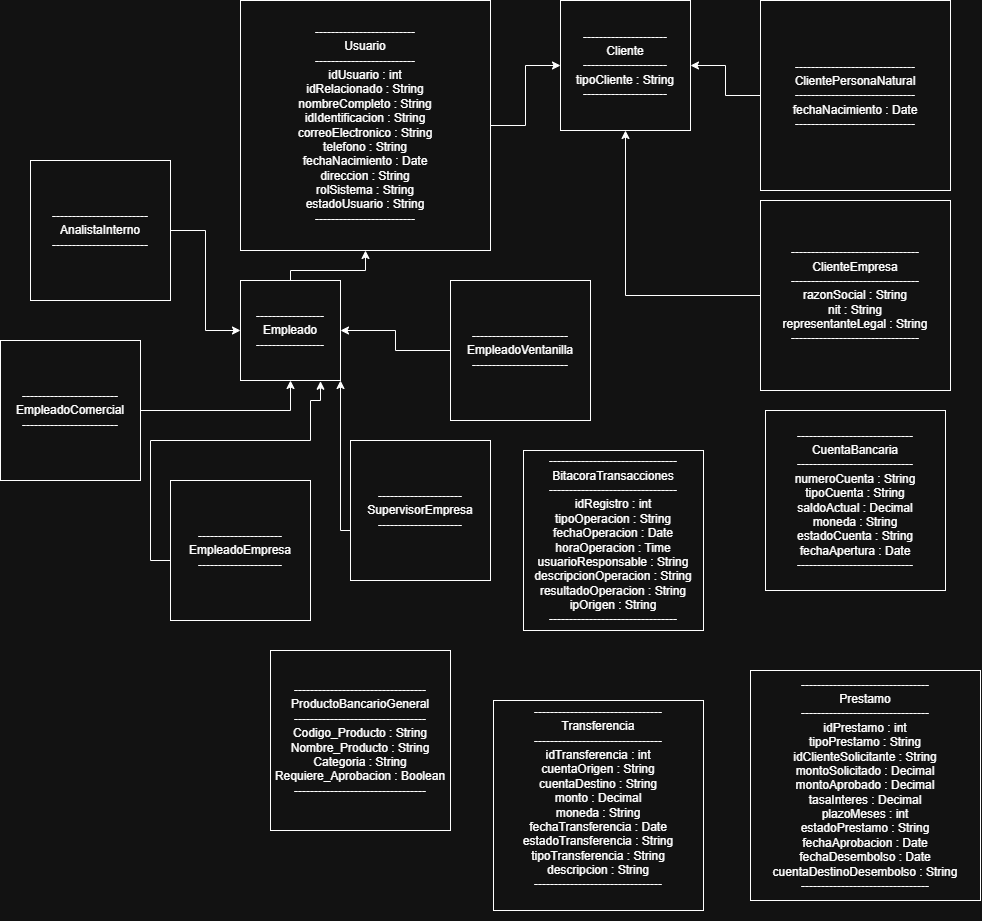
The draw.io diagram Clases Banco.drawio.png in Juan-Zapata31/Bank, before a commit. Source tidied: cells renumbered, new cells last; positions are measured from the earlier drawing's top-left corner, leaving out a move shared by most shapes. Source of this version:
```xml
<mxGraphModel>
  <root>
    <mxCell id="0" />
    <mxCell id="1" parent="0" />
    <mxCell id="2" style="edgeStyle=orthogonalEdgeStyle;rounded=0;jettySize=auto;html=1;entryX=0;entryY=0.5;entryDx=0;entryDy=0;" parent="1" edge="1" source="3" target="4">
      <mxGeometry relative="1" as="geometry" />
    </mxCell>
    <mxCell id="3" value="-------------------------&lt;br&gt;        Usuario&lt;br&gt;-------------------------&lt;br&gt;idUsuario : int&lt;br&gt;idRelacionado : String&lt;br&gt;nombreCompleto : String&lt;br&gt;idIdentificacion : String&lt;br&gt;correoElectronico : String&lt;br&gt;telefono : String&lt;br&gt;fechaNacimiento : Date&lt;br&gt;direccion : String&lt;br&gt;rolSistema : String&lt;br&gt;estadoUsuario : String&lt;br&gt;-------------------------" style="whiteSpace=wrap;html=1;" parent="1" vertex="1">
      <mxGeometry x="240" width="250" height="250" as="geometry" />
    </mxCell>
    <mxCell id="4" value="---------------------&lt;br&gt;      Cliente&lt;br&gt;---------------------&lt;br&gt;tipoCliente : String&lt;br&gt;---------------------" style="whiteSpace=wrap;html=1;" parent="1" vertex="1">
      <mxGeometry x="560" width="130" height="130" as="geometry" />
    </mxCell>
    <mxCell id="5" style="edgeStyle=orthogonalEdgeStyle;rounded=0;jettySize=auto;html=1;entryX=1;entryY=0.5;entryDx=0;entryDy=0;" parent="1" edge="1" source="6" target="4">
      <mxGeometry relative="1" as="geometry" />
    </mxCell>
    <mxCell id="6" value="------------------------------&lt;br&gt;   ClientePersonaNatural&lt;br&gt;------------------------------&lt;br&gt;fechaNacimiento : Date&lt;br&gt;------------------------------" style="whiteSpace=wrap;html=1;" parent="1" vertex="1">
      <mxGeometry x="760" width="190" height="190" as="geometry" />
    </mxCell>
    <mxCell id="7" style="edgeStyle=orthogonalEdgeStyle;rounded=0;jettySize=auto;html=1;entryX=0.5;entryY=1;entryDx=0;entryDy=0;" parent="1" edge="1" source="8" target="4">
      <mxGeometry relative="1" as="geometry" />
    </mxCell>
    <mxCell id="8" value="--------------------------------&lt;br&gt;        ClienteEmpresa&lt;br&gt;--------------------------------&lt;br&gt;razonSocial : String&lt;br&gt;nit : String&lt;br&gt;representanteLegal : String&lt;br&gt;--------------------------------" style="whiteSpace=wrap;html=1;" parent="1" vertex="1">
      <mxGeometry x="760" y="200" width="190" height="190" as="geometry" />
    </mxCell>
    <mxCell id="9" style="edgeStyle=orthogonalEdgeStyle;rounded=0;jettySize=auto;html=1;entryX=0.5;entryY=1;entryDx=0;entryDy=0;" parent="1" edge="1" source="10" target="3">
      <mxGeometry relative="1" as="geometry">
        <Array as="points">
          <mxPoint x="290" y="270" />
          <mxPoint x="365" y="270" />
        </Array>
      </mxGeometry>
    </mxCell>
    <mxCell id="10" value="-----------------&lt;br&gt;     Empleado&lt;br&gt;-----------------" style="whiteSpace=wrap;html=1;" parent="1" vertex="1">
      <mxGeometry x="240" y="280" width="100" height="100" as="geometry" />
    </mxCell>
    <mxCell id="11" style="edgeStyle=orthogonalEdgeStyle;rounded=0;jettySize=auto;html=1;entryX=1;entryY=0.5;entryDx=0;entryDy=0;" parent="1" edge="1" source="12" target="10">
      <mxGeometry relative="1" as="geometry" />
    </mxCell>
    <mxCell id="12" value="------------------------&lt;br&gt;   EmpleadoVentanilla&lt;br&gt;------------------------" style="whiteSpace=wrap;html=1;" parent="1" vertex="1">
      <mxGeometry x="450" y="280" width="140" height="140" as="geometry" />
    </mxCell>
    <mxCell id="13" style="edgeStyle=orthogonalEdgeStyle;rounded=0;jettySize=auto;html=1;entryX=0.5;entryY=1;entryDx=0;entryDy=0;" parent="1" edge="1" source="14" target="10">
      <mxGeometry relative="1" as="geometry" />
    </mxCell>
    <mxCell id="14" value="------------------------&lt;br&gt;   EmpleadoComercial&lt;br&gt;------------------------" style="whiteSpace=wrap;html=1;" parent="1" vertex="1">
      <mxGeometry y="340" width="140" height="140" as="geometry" />
    </mxCell>
    <mxCell id="15" style="edgeStyle=orthogonalEdgeStyle;rounded=0;jettySize=auto;html=1;entryX=0;entryY=0.5;entryDx=0;entryDy=0;" parent="1" edge="1" source="16" target="10">
      <mxGeometry relative="1" as="geometry" />
    </mxCell>
    <mxCell id="16" value="------------------------&lt;br&gt;     AnalistaInterno&lt;br&gt;------------------------" style="whiteSpace=wrap;html=1;" parent="1" vertex="1">
      <mxGeometry x="30" y="160" width="140" height="140" as="geometry" />
    </mxCell>
    <mxCell id="17" value="-----------------------------&lt;br&gt;        CuentaBancaria&lt;br&gt;-----------------------------&lt;br&gt;numeroCuenta : String&lt;br&gt;tipoCuenta : String&lt;br&gt;saldoActual : Decimal&lt;br&gt;moneda : String&lt;br&gt;estadoCuenta : String&lt;br&gt;fechaApertura : Date&lt;br&gt;-----------------------------" style="whiteSpace=wrap;html=1;" parent="1" vertex="1">
      <mxGeometry x="765" y="410" width="180" height="180" as="geometry" />
    </mxCell>
    <mxCell id="18" value="--------------------------------&lt;br&gt;            Prestamo&lt;br&gt;--------------------------------&lt;br&gt;idPrestamo : int&lt;br&gt;tipoPrestamo : String&lt;br&gt;idClienteSolicitante : String&lt;br&gt;montoSolicitado : Decimal&lt;br&gt;montoAprobado : Decimal&lt;br&gt;tasaInteres : Decimal&lt;br&gt;plazoMeses : int&lt;br&gt;estadoPrestamo : String&lt;br&gt;fechaAprobacion : Date&lt;br&gt;fechaDesembolso : Date&lt;br&gt;cuentaDestinoDesembolso : String&lt;br&gt;--------------------------------" style="whiteSpace=wrap;html=1;" parent="1" vertex="1">
      <mxGeometry x="750" y="670" width="230" height="230" as="geometry" />
    </mxCell>
    <mxCell id="19" value="&#10;&lt;span&gt;--------------------------------&lt;/span&gt;&lt;br&gt;&lt;span&gt;          Transferencia&lt;/span&gt;&lt;br&gt;&lt;span&gt;--------------------------------&lt;/span&gt;&lt;br&gt;&lt;span&gt;idTransferencia : int&lt;/span&gt;&lt;br&gt;&lt;span&gt;cuentaOrigen : String&lt;/span&gt;&lt;br&gt;&lt;span&gt;cuentaDestino : String&lt;/span&gt;&lt;br&gt;&lt;span&gt;monto : Decimal&lt;/span&gt;&lt;br&gt;&lt;span&gt;moneda : String&lt;/span&gt;&lt;br&gt;&lt;span&gt;fechaTransferencia : Date&lt;/span&gt;&lt;br&gt;&lt;span&gt;estadoTransferencia : String&lt;/span&gt;&lt;br&gt;&lt;span&gt;tipoTransferencia : String&lt;/span&gt;&lt;br&gt;&lt;span&gt;descripcion : String&lt;/span&gt;&lt;br&gt;&lt;span&gt;--------------------------------&lt;/span&gt;&#10;&#10;" style="whiteSpace=wrap;html=1;" parent="1" vertex="1">
      <mxGeometry x="493" y="700" width="210" height="210" as="geometry" />
    </mxCell>
    <mxCell id="20" value="--------------------------------&lt;br&gt;      BitacoraTransacciones&lt;br&gt;--------------------------------&lt;br&gt;idRegistro : int&lt;br&gt;tipoOperacion : String&lt;br&gt;fechaOperacion : Date&lt;br&gt;horaOperacion : Time&lt;br&gt;usuarioResponsable : String&lt;br&gt;descripcionOperacion : String&lt;br&gt;resultadoOperacion : String&lt;br&gt;ipOrigen : String&lt;br&gt;--------------------------------" style="whiteSpace=wrap;html=1;" parent="1" vertex="1">
      <mxGeometry x="523" y="450" width="180" height="180" as="geometry" />
    </mxCell>
    <mxCell id="21" style="edgeStyle=orthogonalEdgeStyle;rounded=0;jettySize=auto;html=1;entryX=0.81;entryY=1.008;entryDx=0;entryDy=0;entryPerimeter=0;" parent="1" edge="1" target="10">
      <mxGeometry relative="1" as="geometry">
        <mxPoint x="170" y="600" as="sourcePoint" />
        <Array as="points">
          <mxPoint x="170" y="560" />
          <mxPoint x="150" y="560" />
          <mxPoint x="150" y="440" />
          <mxPoint x="310" y="440" />
          <mxPoint x="310" y="400" />
          <mxPoint x="320" y="400" />
          <mxPoint x="320" y="381" />
        </Array>
      </mxGeometry>
    </mxCell>
    <mxCell id="22" value="---------------------&lt;br&gt;   EmpleadoEmpresa&lt;br&gt;---------------------" style="whiteSpace=wrap;html=1;" parent="1" vertex="1">
      <mxGeometry x="170" y="480" width="140" height="140" as="geometry" />
    </mxCell>
    <mxCell id="23" style="edgeStyle=orthogonalEdgeStyle;rounded=0;jettySize=auto;html=1;entryX=1;entryY=1;entryDx=0;entryDy=0;" parent="1" edge="1" source="24" target="10">
      <mxGeometry relative="1" as="geometry">
        <Array as="points">
          <mxPoint x="340" y="530" />
        </Array>
      </mxGeometry>
    </mxCell>
    <mxCell id="24" value="---------------------&lt;br&gt;   SupervisorEmpresa&lt;br&gt;---------------------" style="whiteSpace=wrap;html=1;" parent="1" vertex="1">
      <mxGeometry x="350" y="440" width="140" height="140" as="geometry" />
    </mxCell>
    <mxCell id="25" value="---------------------------------&lt;br&gt;      ProductoBancarioGeneral&lt;br&gt;---------------------------------&lt;br&gt;Codigo_Producto : String&lt;br&gt;Nombre_Producto : String&lt;br&gt;Categoria : String&lt;br&gt;Requiere_Aprobacion : Boolean&lt;br&gt;---------------------------------" style="whiteSpace=wrap;html=1;" parent="1" vertex="1">
      <mxGeometry x="270" y="650" width="180" height="180" as="geometry" />
    </mxCell>
  </root>
</mxGraphModel>
```
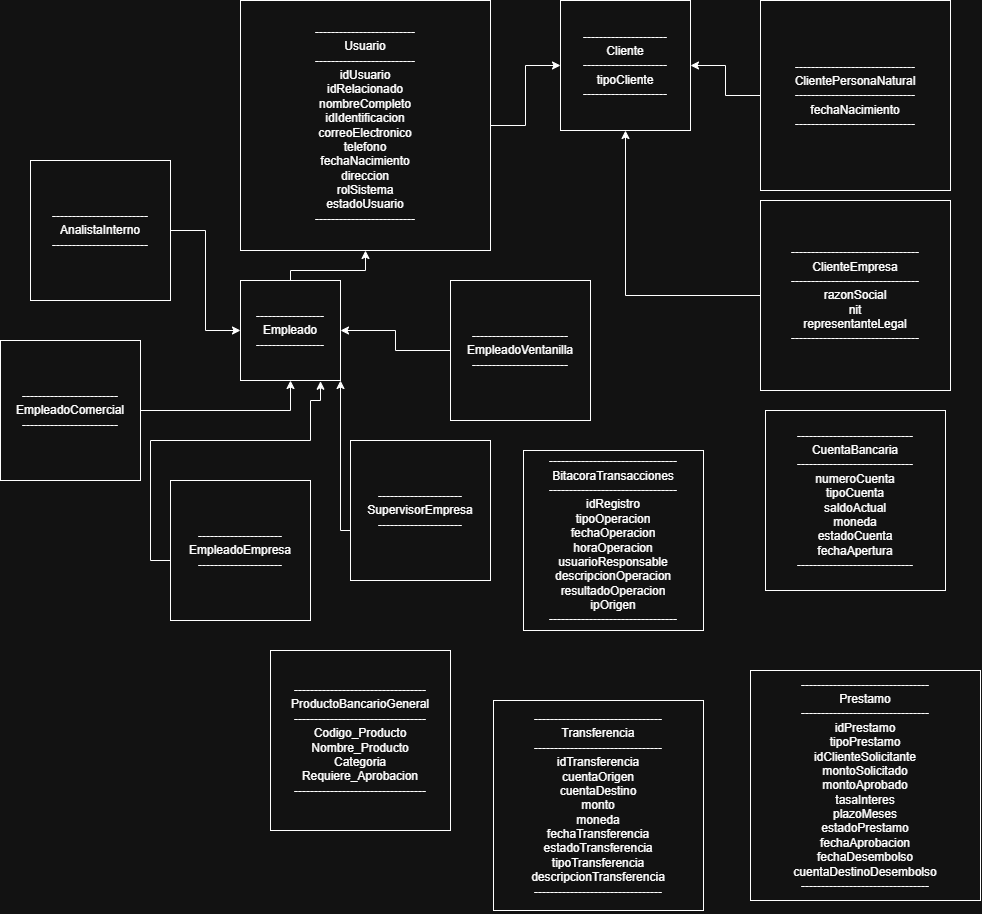
After the change.

Diff of the diagram source:
```diff
@@ -5,22 +5,22 @@
     <mxCell id="2" style="edgeStyle=orthogonalEdgeStyle;rounded=0;jettySize=auto;html=1;entryX=0;entryY=0.5;entryDx=0;entryDy=0;" parent="1" edge="1" source="3" target="4">
       <mxGeometry relative="1" as="geometry" />
     </mxCell>
-    <mxCell id="3" value="-------------------------&lt;br&gt;        Usuario&lt;br&gt;-------------------------&lt;br&gt;idUsuario : int&lt;br&gt;idRelacionado : String&lt;br&gt;nombreCompleto : String&lt;br&gt;idIdentificacion : String&lt;br&gt;correoElectronico : String&lt;br&gt;telefono : String&lt;br&gt;fechaNacimiento : Date&lt;br&gt;direccion : String&lt;br&gt;rolSistema : String&lt;br&gt;estadoUsuario : String&lt;br&gt;-------------------------" style="whiteSpace=wrap;html=1;" parent="1" vertex="1">
+    <mxCell id="3" value="-------------------------&lt;br&gt;        Usuario&lt;br&gt;-------------------------&lt;br&gt;idUsuario&lt;br&gt;idRelacionado&lt;br&gt;nombreCompleto&lt;div&gt;idIdentificacion&lt;/div&gt;&lt;div&gt;correoElectronico&lt;br&gt;telefono&lt;br&gt;fechaNacimiento&lt;br&gt;direccion&lt;br&gt;rolSistema&lt;br&gt;estadoUsuario&lt;br&gt;-------------------------&lt;/div&gt;" style="whiteSpace=wrap;html=1;" parent="1" vertex="1">
       <mxGeometry x="240" width="250" height="250" as="geometry" />
     </mxCell>
-    <mxCell id="4" value="---------------------&lt;br&gt;      Cliente&lt;br&gt;---------------------&lt;br&gt;tipoCliente : String&lt;br&gt;---------------------" style="whiteSpace=wrap;html=1;" parent="1" vertex="1">
+    <mxCell id="4" value="---------------------&lt;br&gt;      Cliente&lt;br&gt;---------------------&lt;br&gt;tipoCliente&lt;br&gt;---------------------" style="whiteSpace=wrap;html=1;" parent="1" vertex="1">
       <mxGeometry x="560" width="130" height="130" as="geometry" />
     </mxCell>
     <mxCell id="5" style="edgeStyle=orthogonalEdgeStyle;rounded=0;jettySize=auto;html=1;entryX=1;entryY=0.5;entryDx=0;entryDy=0;" parent="1" edge="1" source="6" target="4">
       <mxGeometry relative="1" as="geometry" />
     </mxCell>
-    <mxCell id="6" value="------------------------------&lt;br&gt;   ClientePersonaNatural&lt;br&gt;------------------------------&lt;br&gt;fechaNacimiento : Date&lt;br&gt;------------------------------" style="whiteSpace=wrap;html=1;" parent="1" vertex="1">
+    <mxCell id="6" value="------------------------------&lt;br&gt;   ClientePersonaNatural&lt;br&gt;------------------------------&lt;br&gt;fechaNacimiento&lt;br&gt;------------------------------" style="whiteSpace=wrap;html=1;" parent="1" vertex="1">
       <mxGeometry x="760" width="190" height="190" as="geometry" />
     </mxCell>
     <mxCell id="7" style="edgeStyle=orthogonalEdgeStyle;rounded=0;jettySize=auto;html=1;entryX=0.5;entryY=1;entryDx=0;entryDy=0;" parent="1" edge="1" source="8" target="4">
       <mxGeometry relative="1" as="geometry" />
     </mxCell>
-    <mxCell id="8" value="--------------------------------&lt;br&gt;        ClienteEmpresa&lt;br&gt;--------------------------------&lt;br&gt;razonSocial : String&lt;br&gt;nit : String&lt;br&gt;representanteLegal : String&lt;br&gt;--------------------------------" style="whiteSpace=wrap;html=1;" parent="1" vertex="1">
+    <mxCell id="8" value="--------------------------------&lt;br&gt;        ClienteEmpresa&lt;br&gt;--------------------------------&lt;br&gt;razonSocial&lt;div&gt;nit&lt;br&gt;representanteLegal&lt;br&gt;--------------------------------&lt;/div&gt;" style="whiteSpace=wrap;html=1;" parent="1" vertex="1">
       <mxGeometry x="760" y="200" width="190" height="190" as="geometry" />
     </mxCell>
     <mxCell id="9" style="edgeStyle=orthogonalEdgeStyle;rounded=0;jettySize=auto;html=1;entryX=0.5;entryY=1;entryDx=0;entryDy=0;" parent="1" edge="1" source="10" target="3">
@@ -52,16 +52,16 @@
     <mxCell id="16" value="------------------------&lt;br&gt;     AnalistaInterno&lt;br&gt;------------------------" style="whiteSpace=wrap;html=1;" parent="1" vertex="1">
       <mxGeometry x="30" y="160" width="140" height="140" as="geometry" />
     </mxCell>
-    <mxCell id="17" value="-----------------------------&lt;br&gt;        CuentaBancaria&lt;br&gt;-----------------------------&lt;br&gt;numeroCuenta : String&lt;br&gt;tipoCuenta : String&lt;br&gt;saldoActual : Decimal&lt;br&gt;moneda : String&lt;br&gt;estadoCuenta : String&lt;br&gt;fechaApertura : Date&lt;br&gt;-----------------------------" style="whiteSpace=wrap;html=1;" parent="1" vertex="1">
+    <mxCell id="17" value="-----------------------------&lt;br&gt;        CuentaBancaria&lt;br&gt;-----------------------------&lt;br&gt;numeroCuenta&lt;br&gt;tipoCuenta&lt;br&gt;saldoActual&lt;br&gt;moneda&lt;br&gt;estadoCuenta&lt;br&gt;fechaApertura&lt;br&gt;-----------------------------" style="whiteSpace=wrap;html=1;" parent="1" vertex="1">
       <mxGeometry x="765" y="410" width="180" height="180" as="geometry" />
     </mxCell>
-    <mxCell id="18" value="--------------------------------&lt;br&gt;            Prestamo&lt;br&gt;--------------------------------&lt;br&gt;idPrestamo : int&lt;br&gt;tipoPrestamo : String&lt;br&gt;idClienteSolicitante : String&lt;br&gt;montoSolicitado : Decimal&lt;br&gt;montoAprobado : Decimal&lt;br&gt;tasaInteres : Decimal&lt;br&gt;plazoMeses : int&lt;br&gt;estadoPrestamo : String&lt;br&gt;fechaAprobacion : Date&lt;br&gt;fechaDesembolso : Date&lt;br&gt;cuentaDestinoDesembolso : String&lt;br&gt;--------------------------------" style="whiteSpace=wrap;html=1;" parent="1" vertex="1">
+    <mxCell id="18" value="--------------------------------&lt;br&gt;            Prestamo&lt;br&gt;--------------------------------&lt;br&gt;idPrestamo&lt;br&gt;tipoPrestamo&lt;br&gt;idClienteSolicitante&lt;br&gt;montoSolicitado&lt;br&gt;montoAprobado&lt;br&gt;tasaInteres&lt;br&gt;plazoMeses&lt;br&gt;estadoPrestamo&lt;br&gt;fechaAprobacion&lt;br&gt;fechaDesembolso&lt;br&gt;cuentaDestinoDesembolso&lt;br&gt;--------------------------------" style="whiteSpace=wrap;html=1;" parent="1" vertex="1">
       <mxGeometry x="750" y="670" width="230" height="230" as="geometry" />
     </mxCell>
-    <mxCell id="19" value="&#10;&lt;span&gt;--------------------------------&lt;/span&gt;&lt;br&gt;&lt;span&gt;          Transferencia&lt;/span&gt;&lt;br&gt;&lt;span&gt;--------------------------------&lt;/span&gt;&lt;br&gt;&lt;span&gt;idTransferencia : int&lt;/span&gt;&lt;br&gt;&lt;span&gt;cuentaOrigen : String&lt;/span&gt;&lt;br&gt;&lt;span&gt;cuentaDestino : String&lt;/span&gt;&lt;br&gt;&lt;span&gt;monto : Decimal&lt;/span&gt;&lt;br&gt;&lt;span&gt;moneda : String&lt;/span&gt;&lt;br&gt;&lt;span&gt;fechaTransferencia : Date&lt;/span&gt;&lt;br&gt;&lt;span&gt;estadoTransferencia : String&lt;/span&gt;&lt;br&gt;&lt;span&gt;tipoTransferencia : String&lt;/span&gt;&lt;br&gt;&lt;span&gt;descripcion : String&lt;/span&gt;&lt;br&gt;&lt;span&gt;--------------------------------&lt;/span&gt;&#10;&#10;" style="whiteSpace=wrap;html=1;" parent="1" vertex="1">
+    <mxCell id="19" value="&lt;br&gt;&lt;span&gt;--------------------------------&lt;/span&gt;&lt;br&gt;&lt;span&gt;          Transferencia&lt;/span&gt;&lt;br&gt;&lt;span&gt;--------------------------------&lt;/span&gt;&lt;br&gt;&lt;span&gt;idTransferencia&lt;/span&gt;&lt;br&gt;&lt;span&gt;cuentaOrigen&lt;/span&gt;&lt;br&gt;&lt;span&gt;cuentaDestino&lt;/span&gt;&lt;br&gt;&lt;span&gt;monto&lt;/span&gt;&lt;br&gt;&lt;span&gt;moneda&lt;/span&gt;&lt;br&gt;&lt;span&gt;fechaTransferencia&lt;/span&gt;&lt;br&gt;&lt;span&gt;estadoTransferencia&lt;/span&gt;&lt;br&gt;&lt;span&gt;tipoTransferencia&lt;/span&gt;&lt;br&gt;&lt;span&gt;descripcionTransferencia&lt;/span&gt;&lt;br&gt;&lt;span&gt;--------------------------------&lt;/span&gt;&lt;div&gt;&lt;br/&gt;&lt;/div&gt;" style="whiteSpace=wrap;html=1;" parent="1" vertex="1">
       <mxGeometry x="493" y="700" width="210" height="210" as="geometry" />
     </mxCell>
-    <mxCell id="20" value="--------------------------------&lt;br&gt;      BitacoraTransacciones&lt;br&gt;--------------------------------&lt;br&gt;idRegistro : int&lt;br&gt;tipoOperacion : String&lt;br&gt;fechaOperacion : Date&lt;br&gt;horaOperacion : Time&lt;br&gt;usuarioResponsable : String&lt;br&gt;descripcionOperacion : String&lt;br&gt;resultadoOperacion : String&lt;br&gt;ipOrigen : String&lt;br&gt;--------------------------------" style="whiteSpace=wrap;html=1;" parent="1" vertex="1">
+    <mxCell id="20" value="--------------------------------&lt;br&gt;      BitacoraTransacciones&lt;br&gt;--------------------------------&lt;br&gt;idRegistro&lt;br&gt;tipoOperacion&lt;br&gt;fechaOperacion&lt;br&gt;horaOperacion&lt;br&gt;usuarioResponsable&lt;br&gt;descripcionOperacion&lt;br&gt;resultadoOperacion&lt;br&gt;ipOrigen&lt;br&gt;--------------------------------" style="whiteSpace=wrap;html=1;" parent="1" vertex="1">
       <mxGeometry x="523" y="450" width="180" height="180" as="geometry" />
     </mxCell>
     <mxCell id="21" style="edgeStyle=orthogonalEdgeStyle;rounded=0;jettySize=auto;html=1;entryX=0.81;entryY=1.008;entryDx=0;entryDy=0;entryPerimeter=0;" parent="1" edge="1" target="10">
@@ -91,7 +91,7 @@
     <mxCell id="24" value="---------------------&lt;br&gt;   SupervisorEmpresa&lt;br&gt;---------------------" style="whiteSpace=wrap;html=1;" parent="1" vertex="1">
       <mxGeometry x="350" y="440" width="140" height="140" as="geometry" />
     </mxCell>
-    <mxCell id="25" value="---------------------------------&lt;br&gt;      ProductoBancarioGeneral&lt;br&gt;---------------------------------&lt;br&gt;Codigo_Producto : String&lt;br&gt;Nombre_Producto : String&lt;br&gt;Categoria : String&lt;br&gt;Requiere_Aprobacion : Boolean&lt;br&gt;---------------------------------" style="whiteSpace=wrap;html=1;" parent="1" vertex="1">
+    <mxCell id="25" value="---------------------------------&lt;br&gt;      ProductoBancarioGeneral&lt;br&gt;---------------------------------&lt;br&gt;Codigo_Producto&lt;br&gt;Nombre_Producto&lt;br&gt;Categoria&lt;br&gt;Requiere_Aprobacion&lt;br&gt;---------------------------------" style="whiteSpace=wrap;html=1;" parent="1" vertex="1">
       <mxGeometry x="270" y="650" width="180" height="180" as="geometry" />
     </mxCell>
   </root>
```
